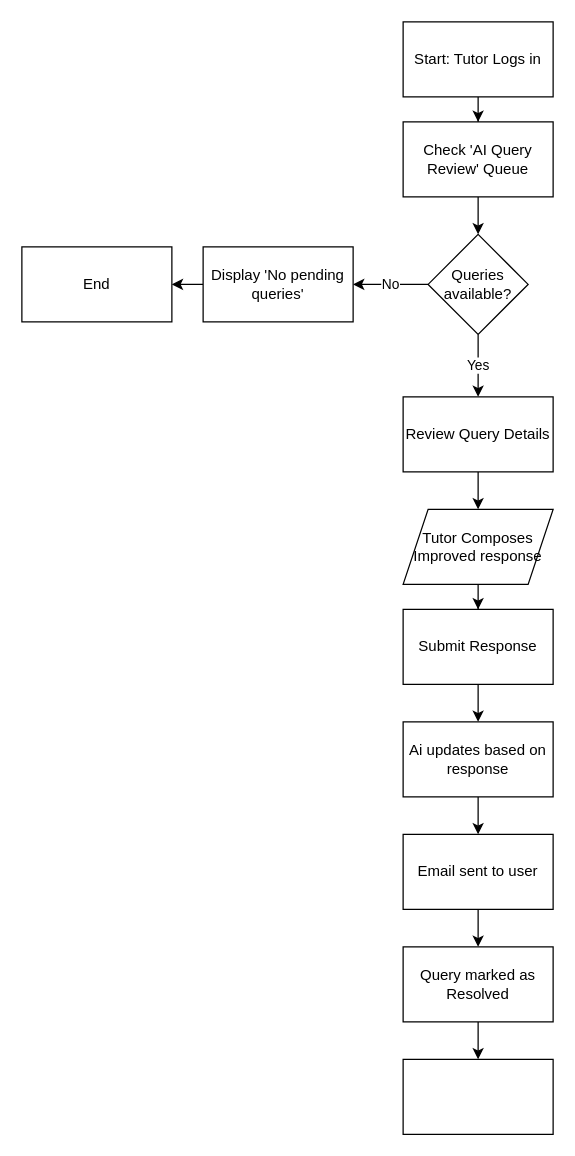
DSReaper/Project_CampusLearn keeps this draw.io diagram as TaskFlowDiagrams/AdminTutor/RespondToLowConfidanceAIQuery.drawio. Above is the earlier version. Source tidied: cells renumbered, new cells numbered last; positions are measured from the earlier drawing's top-left corner, leaving out a move shared by most shapes. Both pictures are drawn from the tidied source at 125%, with x=0, y=0 at pixel (21, 21).
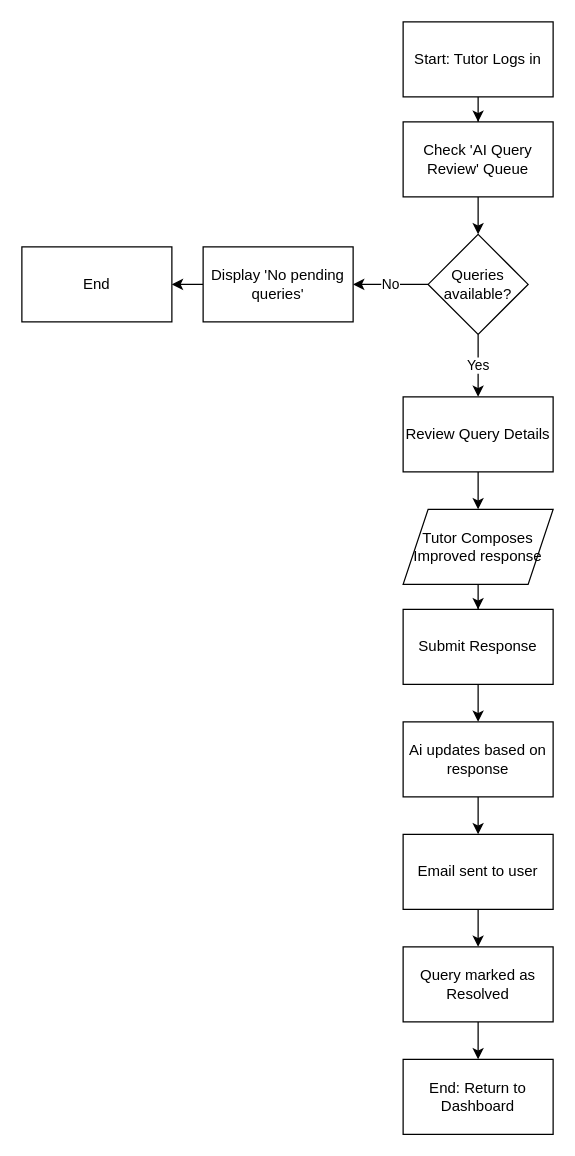
The same diagram, later.

Diff of the diagram source:
```diff
@@
-    <mxCell id="24" style="whiteSpace=wrap;html=1;rounded=0;" parent="1" vertex="1">
+    <mxCell id="24" value="End: Return to Dashboard" style="whiteSpace=wrap;html=1;rounded=0;" parent="1" vertex="1">
       <mxGeometry x="305" y="830" width="120" height="60" as="geometry" />
     </mxCell>
```
